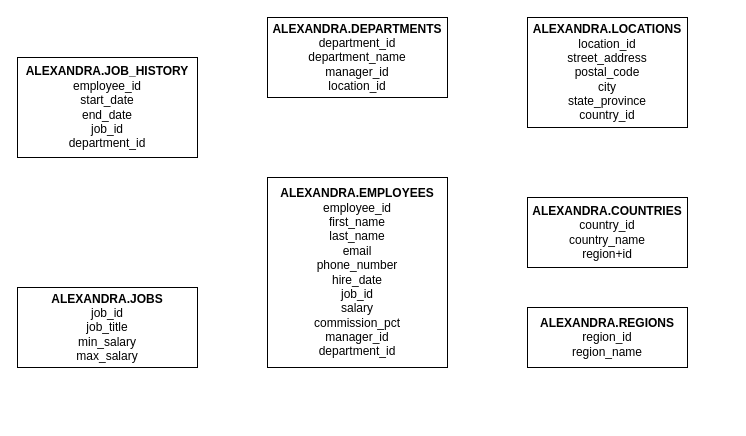
This is Activity7Redo.drawio from VovkAlexandra/Activity-7, a draw.io file, before an edit. Source tidied: cells renumbered, new cells numbered last; positions are measured from the earlier drawing's top-left corner, leaving out a move shared by most shapes. Both pictures are drawn from the tidied source at 100%, with x=0, y=0 at pixel (17, 17).
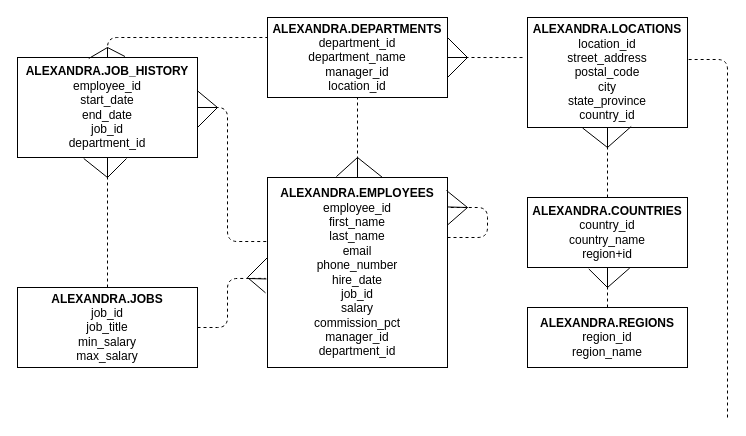
The same page after the edit.

Unchanged cells that the change refers to:
```xml
<mxCell id="2" value="&lt;b&gt;ALEXANDRA.EMPLOYEES&lt;/b&gt;&lt;br&gt;employee_id&lt;br&gt;first_name&lt;br&gt;last_name&lt;br&gt;email&lt;br&gt;phone_number&lt;br&gt;hire_date&lt;br&gt;job_id&lt;br&gt;salary&lt;br&gt;commission_pct&lt;br&gt;manager_id&lt;br&gt;department_id" style="whiteSpace=wrap;html=1;align=center;" parent="1" vertex="1">
  <mxGeometry x="250" y="160" width="180" height="190" as="geometry" />
</mxCell>
<mxCell id="3" value="&lt;b&gt;ALEXANDRA.REGIONS&lt;/b&gt;&lt;br&gt;region_id&lt;br&gt;region_name" style="whiteSpace=wrap;html=1;align=center;" parent="1" vertex="1">
  <mxGeometry x="510" y="290" width="160" height="60" as="geometry" />
</mxCell>
<mxCell id="4" value="&lt;b&gt;ALEXANDRA.COUNTRIES&lt;/b&gt;&lt;br&gt;country_id&lt;br&gt;country_name&lt;br&gt;region+id" style="whiteSpace=wrap;html=1;align=center;" parent="1" vertex="1">
  <mxGeometry x="510" y="180" width="160" height="70" as="geometry" />
</mxCell>
<mxCell id="5" value="&lt;b&gt;ALEXANDRA.LOCATIONS&lt;/b&gt;&lt;br&gt;location_id&lt;br&gt;street_address&lt;br&gt;postal_code&lt;br&gt;city&lt;br&gt;state_province&lt;br&gt;country_id" style="whiteSpace=wrap;html=1;align=center;" parent="1" vertex="1">
  <mxGeometry x="510" width="160" height="110" as="geometry" />
</mxCell>
<mxCell id="6" value="&lt;b&gt;ALEXANDRA.JOBS&lt;/b&gt;&lt;br&gt;job_id&lt;br&gt;job_title&lt;br&gt;min_salary&lt;br&gt;max_salary" style="whiteSpace=wrap;html=1;align=center;" parent="1" vertex="1">
  <mxGeometry y="270" width="180" height="80" as="geometry" />
</mxCell>
<mxCell id="7" value="&lt;b&gt;ALEXANDRA.DEPARTMENTS&lt;/b&gt;&lt;br&gt;department_id&lt;br&gt;department_name&lt;br&gt;manager_id&lt;br&gt;location_id" style="whiteSpace=wrap;html=1;align=center;" parent="1" vertex="1">
  <mxGeometry x="250" width="180" height="80" as="geometry" />
</mxCell>
<mxCell id="8" value="&lt;b&gt;ALEXANDRA.JOB_HISTORY&lt;/b&gt;&lt;br&gt;employee_id&lt;br&gt;start_date&lt;br&gt;end_date&lt;br&gt;job_id&lt;br&gt;department_id" style="whiteSpace=wrap;html=1;align=center;" parent="1" vertex="1">
  <mxGeometry y="40" width="180" height="100" as="geometry" />
</mxCell>
```

Change to the diagram source:
```diff
@@
+    <mxCell id="9" style="endArrow=none;dashed=1;html=1;entryX=0.5;entryY=1;entryDx=0;entryDy=0;exitX=0.5;exitY=0;exitDx=0;exitDy=0;" parent="1" edge="1" source="2" target="7">
+      <mxGeometry relative="1" as="geometry" />
+    </mxCell>
+    <mxCell id="10" style="endArrow=none;dashed=1;html=1;" parent="1" edge="1">
+      <mxGeometry relative="1" as="geometry">
+        <mxPoint x="430" y="220" as="sourcePoint" />
+        <mxPoint x="430" y="190" as="targetPoint" />
+        <Array as="points">
+          <mxPoint x="470" y="220" />
+          <mxPoint x="470" y="190" />
+        </Array>
+      </mxGeometry>
+    </mxCell>
+    <mxCell id="11" style="endArrow=none;dashed=1;html=1;exitX=1;exitY=0.5;exitDx=0;exitDy=0;entryX=-0.025;entryY=0.364;entryDx=0;entryDy=0;entryPerimeter=0;" parent="1" edge="1" source="7" target="5">
+      <mxGeometry relative="1" as="geometry" />
+    </mxCell>
+    <mxCell id="12" style="endArrow=none;dashed=1;html=1;entryX=0.5;entryY=1;entryDx=0;entryDy=0;exitX=0.5;exitY=0;exitDx=0;exitDy=0;" parent="1" edge="1" source="4" target="5">
+      <mxGeometry relative="1" as="geometry" />
+    </mxCell>
+    <mxCell id="13" style="endArrow=none;dashed=1;html=1;entryX=0.5;entryY=1;entryDx=0;entryDy=0;exitX=0.5;exitY=0;exitDx=0;exitDy=0;" parent="1" edge="1" source="3" target="4">
+      <mxGeometry relative="1" as="geometry" />
+    </mxCell>
+    <mxCell id="14" style="endArrow=none;dashed=1;html=1;entryX=0;entryY=0.25;entryDx=0;entryDy=0;exitX=0.5;exitY=0;exitDx=0;exitDy=0;" parent="1" edge="1" source="8" target="7">
+      <mxGeometry relative="1" as="geometry">
+        <Array as="points">
+          <mxPoint x="90" y="20" />
+        </Array>
+      </mxGeometry>
+    </mxCell>
+    <mxCell id="15" style="endArrow=none;dashed=1;html=1;entryX=0.5;entryY=1;entryDx=0;entryDy=0;exitX=0.5;exitY=0;exitDx=0;exitDy=0;" parent="1" edge="1" source="6" target="8">
+      <mxGeometry relative="1" as="geometry" />
+    </mxCell>
+    <mxCell id="16" style="endArrow=none;dashed=1;html=1;exitX=1;exitY=0.5;exitDx=0;exitDy=0;entryX=0.006;entryY=0.337;entryDx=0;entryDy=0;entryPerimeter=0;" parent="1" edge="1" source="8" target="2">
+      <mxGeometry relative="1" as="geometry">
+        <Array as="points">
+          <mxPoint x="210" y="90" />
+          <mxPoint x="210" y="224" />
+        </Array>
+      </mxGeometry>
+    </mxCell>
+    <mxCell id="17" style="endArrow=none;dashed=1;html=1;entryX=-0.011;entryY=0.531;entryDx=0;entryDy=0;exitX=1;exitY=0.5;exitDx=0;exitDy=0;entryPerimeter=0;" parent="1" edge="1" source="6" target="2">
+      <mxGeometry relative="1" as="geometry">
+        <Array as="points">
+          <mxPoint x="210" y="310" />
+          <mxPoint x="210" y="261" />
+        </Array>
+      </mxGeometry>
+    </mxCell>
+    <mxCell id="18" style="endArrow=none;dashed=1;html=1;entryX=1;entryY=0.382;entryDx=0;entryDy=0;entryPerimeter=0;" parent="1" edge="1" target="5">
+      <mxGeometry relative="1" as="geometry">
+        <mxPoint x="710" y="400" as="sourcePoint" />
+        <Array as="points">
+          <mxPoint x="710" y="42" />
+        </Array>
+      </mxGeometry>
+    </mxCell>
+    <mxCell id="19" style="endArrow=none;html=1;exitX=0.383;exitY=-0.005;exitDx=0;exitDy=0;exitPerimeter=0;" parent="1" edge="1" source="2">
+      <mxGeometry relative="1" as="geometry">
+        <mxPoint x="340" y="140" as="targetPoint" />
+      </mxGeometry>
+    </mxCell>
+    <mxCell id="20" style="endArrow=none;html=1;exitX=0.639;exitY=0;exitDx=0;exitDy=0;exitPerimeter=0;" parent="1" edge="1" source="2">
+      <mxGeometry relative="1" as="geometry">
+        <mxPoint x="340" y="140" as="targetPoint" />
+      </mxGeometry>
+    </mxCell>
+    <mxCell id="21" style="endArrow=none;html=1;" parent="1" edge="1">
+      <mxGeometry relative="1" as="geometry">
+        <mxPoint x="340" y="160" as="sourcePoint" />
+        <mxPoint x="340" y="140" as="targetPoint" />
+      </mxGeometry>
+    </mxCell>
+    <mxCell id="22" style="endArrow=none;html=1;" parent="1" edge="1">
+      <mxGeometry relative="1" as="geometry">
+        <mxPoint x="429" y="173" as="sourcePoint" />
+        <mxPoint x="450" y="190" as="targetPoint" />
+      </mxGeometry>
+    </mxCell>
+    <mxCell id="23" style="endArrow=none;html=1;exitX=1;exitY=0.25;exitDx=0;exitDy=0;" parent="1" edge="1" source="2">
+      <mxGeometry relative="1" as="geometry">
+        <mxPoint x="450" y="190" as="targetPoint" />
+      </mxGeometry>
+    </mxCell>
+    <mxCell id="24" style="endArrow=none;html=1;exitX=0.999;exitY=0.155;exitDx=0;exitDy=0;exitPerimeter=0;" parent="1" edge="1" source="2">
+      <mxGeometry relative="1" as="geometry">
+        <mxPoint x="450" y="190" as="targetPoint" />
+      </mxGeometry>
+    </mxCell>
+    <mxCell id="25" style="endArrow=none;html=1;entryX=0.648;entryY=0.991;entryDx=0;entryDy=0;entryPerimeter=0;" parent="1" edge="1" target="5">
+      <mxGeometry relative="1" as="geometry">
+        <mxPoint x="590" y="130" as="sourcePoint" />
+      </mxGeometry>
+    </mxCell>
+    <mxCell id="26" style="endArrow=none;html=1;entryX=0.344;entryY=1.004;entryDx=0;entryDy=0;entryPerimeter=0;" parent="1" edge="1" target="5">
+      <mxGeometry relative="1" as="geometry">
+        <mxPoint x="590" y="130" as="sourcePoint" />
+      </mxGeometry>
+    </mxCell>
+    <mxCell id="27" style="endArrow=none;html=1;" parent="1" edge="1">
+      <mxGeometry relative="1" as="geometry">
+        <mxPoint x="590" y="130" as="sourcePoint" />
+        <mxPoint x="590" y="110" as="targetPoint" />
+      </mxGeometry>
+    </mxCell>
+    <mxCell id="28" style="endArrow=none;html=1;entryX=0.639;entryY=1.007;entryDx=0;entryDy=0;entryPerimeter=0;" parent="1" edge="1" target="4">
+      <mxGeometry relative="1" as="geometry">
+        <mxPoint x="590" y="270" as="sourcePoint" />
+      </mxGeometry>
+    </mxCell>
+    <mxCell id="29" style="endArrow=none;html=1;entryX=0.383;entryY=1.02;entryDx=0;entryDy=0;entryPerimeter=0;" parent="1" edge="1" target="4">
+      <mxGeometry relative="1" as="geometry">
+        <mxPoint x="590" y="270" as="sourcePoint" />
+      </mxGeometry>
+    </mxCell>
+    <mxCell id="30" style="endArrow=none;html=1;" parent="1" edge="1">
+      <mxGeometry relative="1" as="geometry">
+        <mxPoint x="590" y="270" as="sourcePoint" />
+        <mxPoint x="590" y="250" as="targetPoint" />
+      </mxGeometry>
+    </mxCell>
+    <mxCell id="31" style="endArrow=none;html=1;exitX=1;exitY=0.25;exitDx=0;exitDy=0;" parent="1" edge="1" source="7">
+      <mxGeometry relative="1" as="geometry">
+        <mxPoint x="450" y="40" as="targetPoint" />
+      </mxGeometry>
+    </mxCell>
+    <mxCell id="32" style="endArrow=none;html=1;" parent="1" edge="1">
+      <mxGeometry relative="1" as="geometry">
+        <mxPoint x="430" y="60" as="sourcePoint" />
+        <mxPoint x="450" y="40" as="targetPoint" />
+      </mxGeometry>
+    </mxCell>
+    <mxCell id="33" style="endArrow=none;html=1;exitX=1;exitY=0.5;exitDx=0;exitDy=0;" parent="1" edge="1" source="7">
+      <mxGeometry relative="1" as="geometry">
+        <mxPoint x="450" y="40" as="targetPoint" />
+      </mxGeometry>
+    </mxCell>
+    <mxCell id="34" style="endArrow=none;html=1;exitX=0.597;exitY=-0.01;exitDx=0;exitDy=0;exitPerimeter=0;" parent="1" edge="1" source="8">
+      <mxGeometry relative="1" as="geometry">
+        <mxPoint x="90" y="30" as="targetPoint" />
+      </mxGeometry>
+    </mxCell>
+    <mxCell id="35" style="endArrow=none;html=1;exitX=0.396;exitY=0.01;exitDx=0;exitDy=0;exitPerimeter=0;" parent="1" edge="1" source="8">
+      <mxGeometry relative="1" as="geometry">
+        <mxPoint x="90" y="30" as="targetPoint" />
+      </mxGeometry>
+    </mxCell>
+    <mxCell id="36" style="endArrow=none;html=1;exitX=0.5;exitY=0;exitDx=0;exitDy=0;" parent="1" edge="1" source="8">
+      <mxGeometry relative="1" as="geometry">
+        <mxPoint x="90" y="30" as="targetPoint" />
+      </mxGeometry>
+    </mxCell>
+    <mxCell id="37" style="endArrow=none;html=1;exitX=0.997;exitY=0.329;exitDx=0;exitDy=0;exitPerimeter=0;" parent="1" edge="1" source="8">
+      <mxGeometry relative="1" as="geometry">
+        <mxPoint x="200" y="90" as="targetPoint" />
+      </mxGeometry>
+    </mxCell>
+    <mxCell id="38" style="endArrow=none;html=1;" parent="1" edge="1">
+      <mxGeometry relative="1" as="geometry">
+        <mxPoint x="180" y="110" as="sourcePoint" />
+        <mxPoint x="200" y="90" as="targetPoint" />
+      </mxGeometry>
+    </mxCell>
+    <mxCell id="39" style="endArrow=none;html=1;exitX=1;exitY=0.5;exitDx=0;exitDy=0;" parent="1" edge="1" source="8">
+      <mxGeometry relative="1" as="geometry">
+        <mxPoint x="200" y="90" as="targetPoint" />
+      </mxGeometry>
+    </mxCell>
+    <mxCell id="40" style="endArrow=none;html=1;entryX=-0.011;entryY=0.607;entryDx=0;entryDy=0;entryPerimeter=0;" parent="1" edge="1" target="2">
+      <mxGeometry relative="1" as="geometry">
+        <mxPoint x="230" y="260" as="sourcePoint" />
+      </mxGeometry>
+    </mxCell>
+    <mxCell id="41" style="endArrow=none;html=1;" parent="1" edge="1">
+      <mxGeometry relative="1" as="geometry">
+        <mxPoint x="230" y="260" as="sourcePoint" />
+        <mxPoint x="250" y="240" as="targetPoint" />
+      </mxGeometry>
+    </mxCell>
+    <mxCell id="42" style="endArrow=none;html=1;entryX=-0.006;entryY=0.534;entryDx=0;entryDy=0;entryPerimeter=0;" parent="1" edge="1" target="2">
+      <mxGeometry relative="1" as="geometry">
+        <mxPoint x="230" y="261" as="sourcePoint" />
+      </mxGeometry>
+    </mxCell>
+    <mxCell id="43" style="endArrow=none;html=1;" parent="1" edge="1">
+      <mxGeometry relative="1" as="geometry">
+        <mxPoint x="90" y="160" as="sourcePoint" />
+        <mxPoint x="109" y="141" as="targetPoint" />
+      </mxGeometry>
+    </mxCell>
+    <mxCell id="44" style="endArrow=none;html=1;exitX=0.368;exitY=1.01;exitDx=0;exitDy=0;exitPerimeter=0;" parent="1" edge="1" source="8">
+      <mxGeometry relative="1" as="geometry">
+        <mxPoint x="90" y="160" as="targetPoint" />
+      </mxGeometry>
+    </mxCell>
+    <mxCell id="45" style="endArrow=none;html=1;entryX=0.5;entryY=1;entryDx=0;entryDy=0;" parent="1" edge="1" target="8">
+      <mxGeometry relative="1" as="geometry">
+        <mxPoint x="90" y="160" as="sourcePoint" />
+      </mxGeometry>
+    </mxCell>
```
